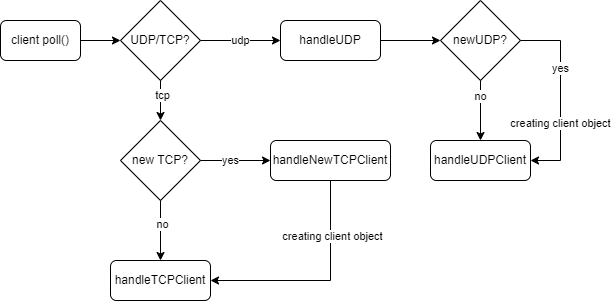
Before: diagrams/IPK_main.png, a diagram exported from draw.io (Micjei/IPK-projekt_2). Source tidied: cells renumbered, new cells last; positions are measured from the earlier drawing's top-left corner, leaving out a move shared by most shapes. The source it was exported from:
```xml
<mxGraphModel>
  <root>
    <mxCell id="0" />
    <mxCell id="1" parent="0" />
    <mxCell id="2" value="client poll()" style="rounded=1;whiteSpace=wrap;html=1;" parent="1" vertex="1">
      <mxGeometry y="20" width="80" height="40" as="geometry" />
    </mxCell>
    <mxCell id="3" value="UDP/TCP?" style="rhombus;whiteSpace=wrap;html=1;" parent="1" vertex="1">
      <mxGeometry x="120" width="80" height="80" as="geometry" />
    </mxCell>
    <mxCell id="4" style="endArrow=classic;html=1;rounded=0;exitX=1;exitY=0.5;exitDx=0;exitDy=0;entryX=0;entryY=0.5;entryDx=0;entryDy=0;" parent="1" edge="1" source="2" target="3">
      <mxGeometry relative="1" as="geometry" />
    </mxCell>
    <mxCell id="5" value="handleUDP" style="rounded=1;whiteSpace=wrap;html=1;" parent="1" vertex="1">
      <mxGeometry x="280" y="20" width="100" height="40" as="geometry" />
    </mxCell>
    <mxCell id="6" style="endArrow=classic;html=1;rounded=0;exitX=1;exitY=0.5;exitDx=0;exitDy=0;entryX=0;entryY=0.5;entryDx=0;entryDy=0;" parent="1" edge="1" source="3" target="5">
      <mxGeometry relative="1" as="geometry" />
    </mxCell>
    <mxCell id="7" value="udp" style="edgeLabel;html=1;align=center;verticalAlign=middle;" parent="6" vertex="1">
      <mxGeometry x="0.23" y="1" relative="1" as="geometry">
        <mxPoint x="-10" y="1" as="offset" />
      </mxGeometry>
    </mxCell>
    <mxCell id="8" style="endArrow=classic;html=1;rounded=0;exitX=0.5;exitY=1;exitDx=0;exitDy=0;entryX=0.5;entryY=0;entryDx=0;entryDy=0;" parent="1" edge="1" source="3" target="10">
      <mxGeometry relative="1" as="geometry" />
    </mxCell>
    <mxCell id="9" value="tcp" style="edgeLabel;html=1;align=center;verticalAlign=middle;" parent="8" vertex="1">
      <mxGeometry x="-0.28" y="2" relative="1" as="geometry" />
    </mxCell>
    <mxCell id="10" value="new TCP?" style="rhombus;whiteSpace=wrap;html=1;" parent="1" vertex="1">
      <mxGeometry x="120" y="120" width="80" height="80" as="geometry" />
    </mxCell>
    <mxCell id="11" value="handleNewTCPClient" style="rounded=1;whiteSpace=wrap;html=1;" parent="1" vertex="1">
      <mxGeometry x="270" y="140" width="120" height="40" as="geometry" />
    </mxCell>
    <mxCell id="12" style="endArrow=classic;html=1;rounded=0;exitX=1;exitY=0.5;exitDx=0;exitDy=0;entryX=0;entryY=0.5;entryDx=0;entryDy=0;" parent="1" edge="1" source="10" target="11">
      <mxGeometry relative="1" as="geometry" />
    </mxCell>
    <mxCell id="13" value="yes" style="edgeLabel;html=1;align=center;verticalAlign=middle;" parent="12" vertex="1">
      <mxGeometry x="0.41" relative="1" as="geometry">
        <mxPoint x="-20" as="offset" />
      </mxGeometry>
    </mxCell>
    <mxCell id="14" value="handleTCPClient" style="rounded=1;whiteSpace=wrap;html=1;" parent="1" vertex="1">
      <mxGeometry x="110" y="260" width="100" height="40" as="geometry" />
    </mxCell>
    <mxCell id="15" style="endArrow=classic;html=1;rounded=0;exitX=0.5;exitY=1;exitDx=0;exitDy=0;entryX=0.5;entryY=0;entryDx=0;entryDy=0;" parent="1" edge="1" source="10" target="14">
      <mxGeometry relative="1" as="geometry" />
    </mxCell>
    <mxCell id="16" value="no" style="edgeLabel;html=1;align=center;verticalAlign=middle;" parent="15" vertex="1">
      <mxGeometry x="-0.2" y="2" relative="1" as="geometry" />
    </mxCell>
    <mxCell id="17" style="endArrow=classic;html=1;rounded=0;entryX=1;entryY=0.5;entryDx=0;entryDy=0;exitX=0.5;exitY=1;exitDx=0;exitDy=0;" parent="1" edge="1" source="11" target="14">
      <mxGeometry relative="1" as="geometry">
        <Array as="points">
          <mxPoint x="330" y="280" />
        </Array>
      </mxGeometry>
    </mxCell>
    <mxCell id="18" value="creating client object" style="edgeLabel;html=1;align=center;verticalAlign=middle;" parent="17" vertex="1">
      <mxGeometry x="-0.49" y="2" relative="1" as="geometry" />
    </mxCell>
    <mxCell id="19" value="newUDP?" style="rhombus;whiteSpace=wrap;html=1;" parent="1" vertex="1">
      <mxGeometry x="440" width="80" height="80" as="geometry" />
    </mxCell>
    <mxCell id="20" style="endArrow=classic;html=1;rounded=0;exitX=1;exitY=0.5;exitDx=0;exitDy=0;entryX=0;entryY=0.5;entryDx=0;entryDy=0;" parent="1" edge="1" source="5" target="19">
      <mxGeometry relative="1" as="geometry" />
    </mxCell>
    <mxCell id="21" value="handleUDPClient" style="rounded=1;whiteSpace=wrap;html=1;" parent="1" vertex="1">
      <mxGeometry x="430" y="140" width="100" height="40" as="geometry" />
    </mxCell>
    <mxCell id="22" style="endArrow=classic;html=1;rounded=0;exitX=0.5;exitY=1;exitDx=0;exitDy=0;entryX=0.5;entryY=0;entryDx=0;entryDy=0;" parent="1" edge="1" source="19" target="21">
      <mxGeometry relative="1" as="geometry" />
    </mxCell>
    <mxCell id="23" value="no" style="edgeLabel;html=1;align=center;verticalAlign=middle;" parent="22" vertex="1">
      <mxGeometry x="-0.47" relative="1" as="geometry" />
    </mxCell>
    <mxCell id="24" style="endArrow=classic;html=1;rounded=0;exitX=1;exitY=0.5;exitDx=0;exitDy=0;entryX=1;entryY=0.5;entryDx=0;entryDy=0;" parent="1" edge="1" source="19" target="21">
      <mxGeometry relative="1" as="geometry">
        <Array as="points">
          <mxPoint x="560" y="40" />
          <mxPoint x="560" y="160" />
        </Array>
      </mxGeometry>
    </mxCell>
    <mxCell id="25" value="yes" style="edgeLabel;html=1;align=center;verticalAlign=middle;" parent="24" vertex="1">
      <mxGeometry x="-0.3" relative="1" as="geometry" />
    </mxCell>
    <mxCell id="26" value="creating client object" style="edgeLabel;html=1;align=center;verticalAlign=middle;" parent="24" vertex="1">
      <mxGeometry x="0.28" relative="1" as="geometry" />
    </mxCell>
  </root>
</mxGraphModel>
```
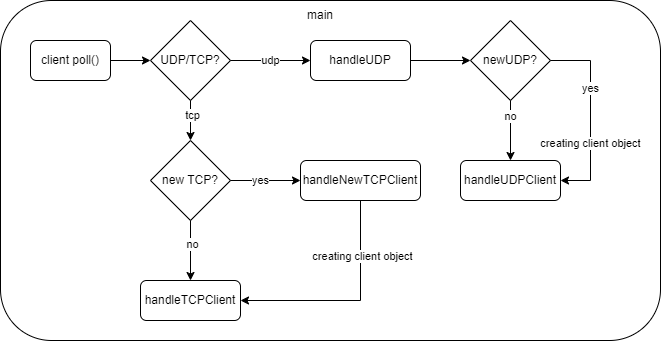
After the commit.

Change to the diagram source:
```diff
@@ -2,6 +2,9 @@
   <root>
     <mxCell id="0" />
     <mxCell id="1" parent="0" />
+    <mxCell id="27" style="rounded=1;whiteSpace=wrap;html=1;" parent="1" vertex="1">
+      <mxGeometry x="-30" y="-20" width="660" height="340" as="geometry" />
+    </mxCell>
     <mxCell id="2" value="client poll()" style="rounded=1;whiteSpace=wrap;html=1;" parent="1" vertex="1">
       <mxGeometry y="20" width="80" height="40" as="geometry" />
     </mxCell>
@@ -90,5 +93,8 @@
     <mxCell id="26" value="creating client object" style="edgeLabel;html=1;align=center;verticalAlign=middle;" parent="24" vertex="1">
       <mxGeometry x="0.28" relative="1" as="geometry" />
     </mxCell>
+    <mxCell id="28" value="main" style="text;html=1;align=center;verticalAlign=middle;whiteSpace=wrap;rounded=0;" parent="1" vertex="1">
+      <mxGeometry x="260" y="-20" width="60" height="30" as="geometry" />
+    </mxCell>
   </root>
 </mxGraphModel>
```
